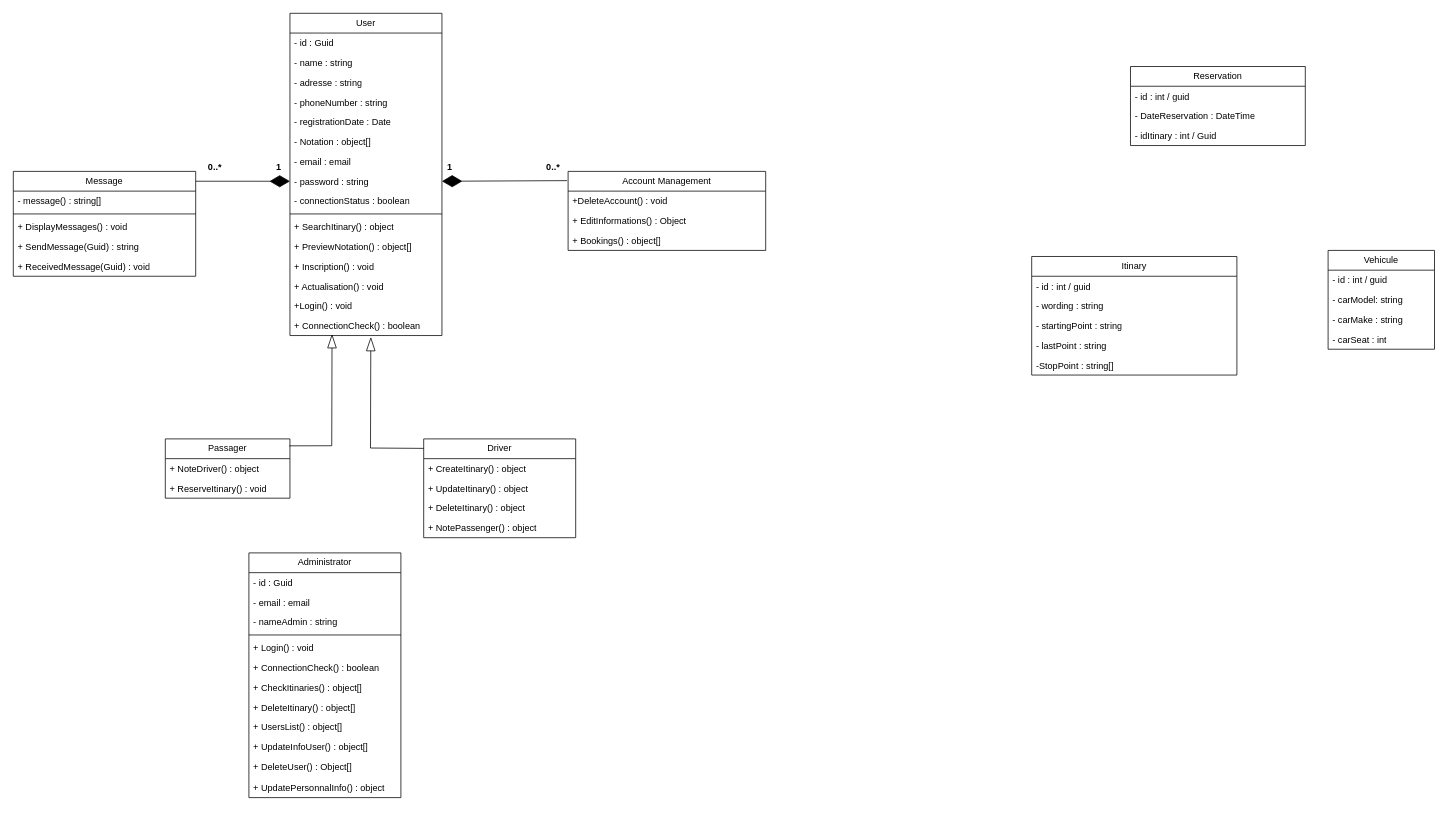
Before: uml/DiagrammeClasses.drawio in Mathieu-Maillot/projetFileRouge, a draw.io diagram. Source tidied: cells renumbered, new cells numbered last; positions are measured from the earlier drawing's top-left corner, leaving out a move shared by most shapes. Both pictures are drawn from the tidied source at 76%, with x=0, y=0 at pixel (13, 13).
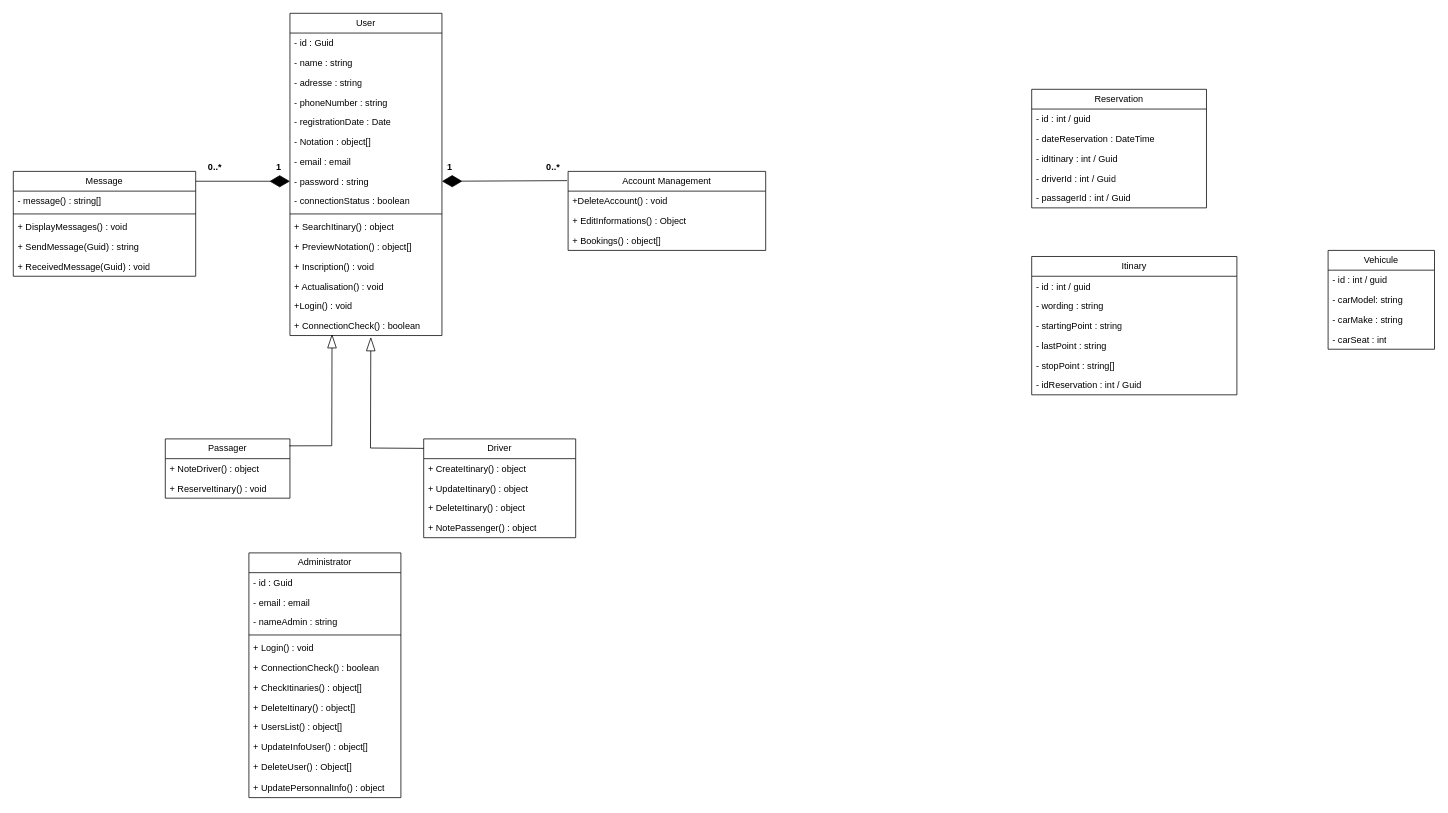
The same page after the edit.

Commit message:
Mettre à jour DiagrammeClasses.drawio

Diff of the diagram source:
```diff
@@
     <mxCell id="58" value="Reservation" style="swimlane;fontStyle=0;horizontal=1;startSize=26;fillColor=none;whiteSpace=wrap;html=1;" parent="1" vertex="1">
-      <mxGeometry x="1470" y="70" width="230" height="104" as="geometry" />
+      <mxGeometry x="1340" y="100" width="230" height="156" as="geometry" />
     </mxCell>
@@
-    <mxCell id="60" value="- DateReservation : DateTime" style="text;strokeColor=none;fillColor=none;align=left;verticalAlign=top;spacingLeft=4;spacingRight=4;overflow=hidden;whiteSpace=wrap;html=1;" parent="58" vertex="1">
+    <mxCell id="60" value="- dateReservation : DateTime" style="text;strokeColor=none;fillColor=none;align=left;verticalAlign=top;spacingLeft=4;spacingRight=4;overflow=hidden;whiteSpace=wrap;html=1;" parent="58" vertex="1">
       <mxGeometry y="52" width="230" height="26" as="geometry" />
     </mxCell>
@@
+    <mxCell id="73" value="- driverId : int / Guid" style="text;strokeColor=none;fillColor=none;align=left;verticalAlign=top;spacingLeft=4;spacingRight=4;overflow=hidden;whiteSpace=wrap;html=1;" parent="58" vertex="1">
+      <mxGeometry y="104" width="230" height="26" as="geometry" />
+    </mxCell>
+    <mxCell id="74" value="- passagerId : int / Guid" style="text;strokeColor=none;fillColor=none;align=left;verticalAlign=top;spacingLeft=4;spacingRight=4;overflow=hidden;whiteSpace=wrap;html=1;" parent="58" vertex="1">
+      <mxGeometry y="130" width="230" height="26" as="geometry" />
+    </mxCell>
     <mxCell id="62" value="Itinary" style="swimlane;fontStyle=0;horizontal=1;startSize=26;fillColor=none;whiteSpace=wrap;html=1;" parent="1" vertex="1">
-      <mxGeometry x="1340" y="320" width="270" height="156" as="geometry" />
+      <mxGeometry x="1340" y="320" width="270" height="182" as="geometry" />
     </mxCell>
@@
-    <mxCell id="67" value="-StopPoint : string[]" style="text;strokeColor=none;fillColor=none;align=left;verticalAlign=top;spacingLeft=4;spacingRight=4;overflow=hidden;whiteSpace=wrap;html=1;" parent="62" vertex="1">
+    <mxCell id="67" value="- stopPoint : string[]" style="text;strokeColor=none;fillColor=none;align=left;verticalAlign=top;spacingLeft=4;spacingRight=4;overflow=hidden;whiteSpace=wrap;html=1;" parent="62" vertex="1">
       <mxGeometry y="130" width="270" height="26" as="geometry" />
     </mxCell>
+    <mxCell id="75" value="- idReservation : int / Guid" style="text;strokeColor=none;fillColor=none;align=left;verticalAlign=top;spacingLeft=4;spacingRight=4;overflow=hidden;whiteSpace=wrap;html=1;" parent="62" vertex="1">
+      <mxGeometry y="156" width="270" height="26" as="geometry" />
+    </mxCell>
```
